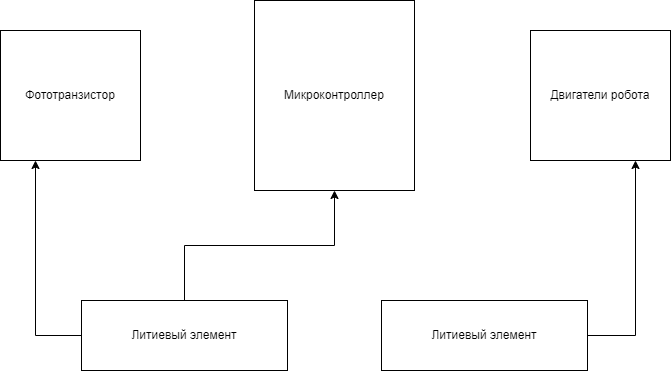
Before: Cхемыч.png, a diagram exported from draw.io (IlyaFedoseev227/LABS-PNRPU-IVT-22-1b). Source tidied: cells renumbered, new cells last; positions are measured from the earlier drawing's top-left corner, leaving out a move shared by most shapes.
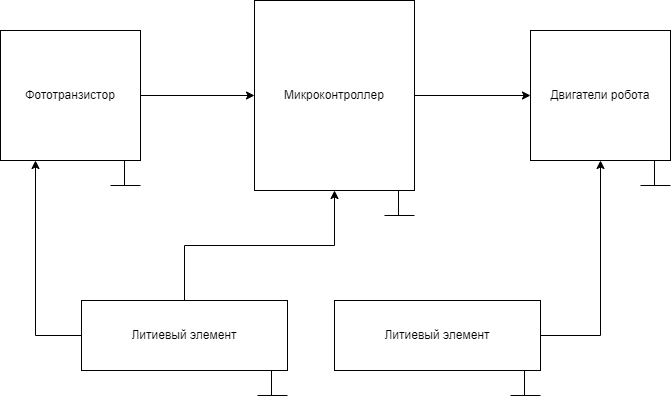
After the change.

Change to the diagram source:
```diff
@@ -11,20 +11,86 @@
     <mxCell id="4" value="Литиевый элемент" style="rounded=0;whiteSpace=wrap;html=1;" parent="1" vertex="1">
       <mxGeometry x="81" y="300" width="206" height="70" as="geometry" />
     </mxCell>
+    <mxCell id="10" style="edgeStyle=orthogonalEdgeStyle;rounded=0;jettySize=auto;html=1;exitX=1;exitY=0.5;exitDx=0;exitDy=0;entryX=0;entryY=0.5;entryDx=0;entryDy=0;" parent="1" edge="1" source="5" target="7">
+      <mxGeometry relative="1" as="geometry" />
+    </mxCell>
     <mxCell id="5" value="Микроконтроллер" style="rounded=0;whiteSpace=wrap;html=1;" parent="1" vertex="1">
       <mxGeometry x="254" width="160" height="190" as="geometry" />
     </mxCell>
+    <mxCell id="11" style="edgeStyle=orthogonalEdgeStyle;rounded=0;jettySize=auto;html=1;exitX=1;exitY=0.5;exitDx=0;exitDy=0;entryX=0;entryY=0.5;entryDx=0;entryDy=0;" parent="1" edge="1" source="6" target="5">
+      <mxGeometry relative="1" as="geometry" />
+    </mxCell>
     <mxCell id="6" value="Фототранзистор" style="rounded=0;whiteSpace=wrap;html=1;" parent="1" vertex="1">
       <mxGeometry y="30" width="140" height="130" as="geometry" />
     </mxCell>
     <mxCell id="7" value="Двигатели робота" style="rounded=0;whiteSpace=wrap;html=1;" parent="1" vertex="1">
       <mxGeometry x="530" y="30" width="140" height="130" as="geometry" />
     </mxCell>
-    <mxCell id="8" style="edgeStyle=orthogonalEdgeStyle;rounded=0;jettySize=auto;html=1;exitX=1;exitY=0.5;exitDx=0;exitDy=0;entryX=0.75;entryY=1;entryDx=0;entryDy=0;" parent="1" edge="1" source="9" target="7">
+    <mxCell id="8" style="edgeStyle=orthogonalEdgeStyle;rounded=0;jettySize=auto;html=1;exitX=1;exitY=0.5;exitDx=0;exitDy=0;entryX=0.5;entryY=1;entryDx=0;entryDy=0;" parent="1" edge="1" source="9" target="7">
       <mxGeometry relative="1" as="geometry" />
     </mxCell>
     <mxCell id="9" value="Литиевый элемент" style="rounded=0;whiteSpace=wrap;html=1;" parent="1" vertex="1">
-      <mxGeometry x="381" y="300" width="206" height="70" as="geometry" />
+      <mxGeometry x="334" y="300" width="206" height="70" as="geometry" />
     </mxCell>
+    <mxCell id="12" style="endArrow=none;html=1;rounded=0;" parent="1" edge="1">
+      <mxGeometry relative="1" as="geometry">
+        <mxPoint x="271" y="395" as="sourcePoint" />
+        <mxPoint x="271" y="370" as="targetPoint" />
+      </mxGeometry>
+    </mxCell>
+    <mxCell id="13" style="endArrow=none;html=1;rounded=0;" parent="1" edge="1">
+      <mxGeometry relative="1" as="geometry">
+        <mxPoint x="257" y="395" as="sourcePoint" />
+        <mxPoint x="287" y="395" as="targetPoint" />
+      </mxGeometry>
+    </mxCell>
+    <mxCell id="14" style="endArrow=none;html=1;rounded=0;" parent="1" edge="1">
+      <mxGeometry relative="1" as="geometry">
+        <mxPoint x="524" y="395" as="sourcePoint" />
+        <mxPoint x="524" y="370" as="targetPoint" />
+      </mxGeometry>
+    </mxCell>
+    <mxCell id="15" style="endArrow=none;html=1;rounded=0;" parent="1" edge="1">
+      <mxGeometry relative="1" as="geometry">
+        <mxPoint x="510" y="395" as="sourcePoint" />
+        <mxPoint x="540" y="395" as="targetPoint" />
+      </mxGeometry>
+    </mxCell>
+    <mxCell id="16" style="endArrow=none;html=1;rounded=0;" parent="1" edge="1">
+      <mxGeometry relative="1" as="geometry">
+        <mxPoint x="124" y="185" as="sourcePoint" />
+        <mxPoint x="124" y="160" as="targetPoint" />
+      </mxGeometry>
+    </mxCell>
+    <mxCell id="17" style="endArrow=none;html=1;rounded=0;" parent="1" edge="1">
+      <mxGeometry relative="1" as="geometry">
+        <mxPoint x="110" y="185" as="sourcePoint" />
+        <mxPoint x="140" y="185" as="targetPoint" />
+      </mxGeometry>
+    </mxCell>
+    <mxCell id="18" style="endArrow=none;html=1;rounded=0;" parent="1" edge="1">
+      <mxGeometry relative="1" as="geometry">
+        <mxPoint x="398" y="215" as="sourcePoint" />
+        <mxPoint x="398" y="190" as="targetPoint" />
+      </mxGeometry>
+    </mxCell>
+    <mxCell id="19" style="endArrow=none;html=1;rounded=0;" parent="1" edge="1">
+      <mxGeometry relative="1" as="geometry">
+        <mxPoint x="384" y="215" as="sourcePoint" />
+        <mxPoint x="414" y="215" as="targetPoint" />
+      </mxGeometry>
+    </mxCell>
+    <mxCell id="20" style="endArrow=none;html=1;rounded=0;" parent="1" edge="1">
+      <mxGeometry relative="1" as="geometry">
+        <mxPoint x="654" y="185" as="sourcePoint" />
+        <mxPoint x="654" y="160" as="targetPoint" />
+      </mxGeometry>
+    </mxCell>
+    <mxCell id="21" style="endArrow=none;html=1;rounded=0;" parent="1" edge="1">
+      <mxGeometry relative="1" as="geometry">
+        <mxPoint x="640" y="185" as="sourcePoint" />
+        <mxPoint x="670" y="185" as="targetPoint" />
+      </mxGeometry>
+    </mxCell>
   </root>
 </mxGraphModel>
```
